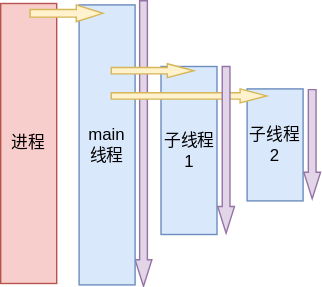
Stolorzs/Picgo keeps this draw.io diagram as drawio/ThreadJoin.svg. Above is the earlier version. Source tidied: cells renumbered, new cells last; positions are measured from the earlier drawing's top-left corner, leaving out a move shared by most shapes. The source it was exported from:
```xml
<mxGraphModel>
  <root>
    <mxCell id="0" />
    <mxCell id="1" parent="0" />
    <mxCell id="2" style="html=1;shadow=0;dashed=0;align=center;verticalAlign=middle;shape=mxgraph.arrows2.arrow;dy=0.54;dx=19;notch=0;fontFamily=Helvetica;fontSize=11;labelBackgroundColor=default;fillColor=#e1d5e7;strokeColor=#9673a6;rotation=90;" parent="1" vertex="1">
      <mxGeometry y="94" width="204" height="12" as="geometry" />
    </mxCell>
    <mxCell id="3" value="进程" style="rounded=0;whiteSpace=wrap;html=1;fillColor=#f8cecc;strokeColor=#b85450;" parent="1" vertex="1">
      <mxGeometry width="40" height="200" as="geometry" />
    </mxCell>
    <mxCell id="4" value="main&lt;div&gt;线程&lt;/div&gt;" style="rounded=0;whiteSpace=wrap;html=1;fillColor=#dae8fc;strokeColor=#6c8ebf;" parent="1" vertex="1">
      <mxGeometry x="56" y="1" width="40" height="200" as="geometry" />
    </mxCell>
    <mxCell id="5" value="子线程&lt;div&gt;1&lt;/div&gt;" style="rounded=0;whiteSpace=wrap;html=1;fillColor=#dae8fc;strokeColor=#6c8ebf;" parent="1" vertex="1">
      <mxGeometry x="114.5" y="45" width="40" height="120" as="geometry" />
    </mxCell>
    <mxCell id="6" value="子线程&lt;div&gt;2&lt;/div&gt;" style="rounded=0;whiteSpace=wrap;html=1;fillColor=#dae8fc;strokeColor=#6c8ebf;" parent="1" vertex="1">
      <mxGeometry x="176" y="61" width="40" height="80" as="geometry" />
    </mxCell>
    <mxCell id="7" style="html=1;shadow=0;dashed=0;align=center;verticalAlign=middle;shape=mxgraph.arrows2.arrow;dy=0.54;dx=19;notch=0;fontFamily=Helvetica;fontSize=11;labelBackgroundColor=default;fillColor=#fff2cc;strokeColor=#d6b656;" parent="1" vertex="1">
      <mxGeometry x="21" y="1" width="52" height="12" as="geometry" />
    </mxCell>
    <mxCell id="8" style="html=1;shadow=0;dashed=0;align=center;verticalAlign=middle;shape=mxgraph.arrows2.arrow;dy=0.54;dx=19;notch=0;fontFamily=Helvetica;fontSize=11;labelBackgroundColor=default;fillColor=#fff2cc;strokeColor=#d6b656;" parent="1" vertex="1">
      <mxGeometry x="79" y="43" width="59" height="10" as="geometry" />
    </mxCell>
    <mxCell id="9" style="html=1;shadow=0;dashed=0;align=center;verticalAlign=middle;shape=mxgraph.arrows2.arrow;dy=0.54;dx=19;notch=0;fontFamily=Helvetica;fontSize=11;labelBackgroundColor=default;fillColor=#fff2cc;strokeColor=#d6b656;" parent="1" vertex="1">
      <mxGeometry x="79" y="61" width="111" height="10" as="geometry" />
    </mxCell>
    <mxCell id="10" style="html=1;shadow=0;dashed=0;align=center;verticalAlign=middle;shape=mxgraph.arrows2.arrow;dy=0.54;dx=19;notch=0;fontFamily=Helvetica;fontSize=11;labelBackgroundColor=default;fillColor=#e1d5e7;strokeColor=#9673a6;rotation=90;" parent="1" vertex="1">
      <mxGeometry x="101.5" y="98.5" width="119" height="12" as="geometry" />
    </mxCell>
    <mxCell id="11" style="html=1;shadow=0;dashed=0;align=center;verticalAlign=middle;shape=mxgraph.arrows2.arrow;dy=0.54;dx=19;notch=0;fontFamily=Helvetica;fontSize=11;labelBackgroundColor=default;fillColor=#e1d5e7;strokeColor=#9673a6;rotation=90;" parent="1" vertex="1">
      <mxGeometry x="183.5" y="94.5" width="78" height="12" as="geometry" />
    </mxCell>
  </root>
</mxGraphModel>
```
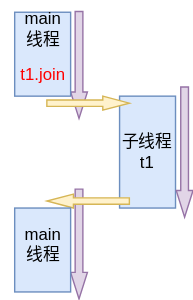
After the commit.

Diff of the diagram source:
```diff
@@ -3,34 +3,40 @@
     <mxCell id="0" />
     <mxCell id="1" parent="0" />
     <mxCell id="2" style="html=1;shadow=0;dashed=0;align=center;verticalAlign=middle;shape=mxgraph.arrows2.arrow;dy=0.54;dx=19;notch=0;fontFamily=Helvetica;fontSize=11;labelBackgroundColor=default;fillColor=#e1d5e7;strokeColor=#9673a6;rotation=90;" parent="1" vertex="1">
-      <mxGeometry y="94" width="204" height="12" as="geometry" />
+      <mxGeometry x="63.8" y="24.8" width="76.5" height="12" as="geometry" />
     </mxCell>
-    <mxCell id="3" value="进程" style="rounded=0;whiteSpace=wrap;html=1;fillColor=#f8cecc;strokeColor=#b85450;" parent="1" vertex="1">
-      <mxGeometry width="40" height="200" as="geometry" />
-    </mxCell>
-    <mxCell id="4" value="main&lt;div&gt;线程&lt;/div&gt;" style="rounded=0;whiteSpace=wrap;html=1;fillColor=#dae8fc;strokeColor=#6c8ebf;" parent="1" vertex="1">
-      <mxGeometry x="56" y="1" width="40" height="200" as="geometry" />
+    <mxCell id="4" style="rounded=0;whiteSpace=wrap;html=1;fillColor=#dae8fc;strokeColor=#6c8ebf;" parent="1" vertex="1">
+      <mxGeometry x="56" y="-7" width="40" height="60" as="geometry" />
     </mxCell>
-    <mxCell id="5" value="子线程&lt;div&gt;1&lt;/div&gt;" style="rounded=0;whiteSpace=wrap;html=1;fillColor=#dae8fc;strokeColor=#6c8ebf;" parent="1" vertex="1">
-      <mxGeometry x="114.5" y="45" width="40" height="120" as="geometry" />
+    <mxCell id="5" value="子线程&lt;div&gt;t1&lt;/div&gt;" style="rounded=0;whiteSpace=wrap;html=1;fillColor=#dae8fc;strokeColor=#6c8ebf;" parent="1" vertex="1">
+      <mxGeometry x="131" y="53" width="40" height="80" as="geometry" />
     </mxCell>
-    <mxCell id="6" value="子线程&lt;div&gt;2&lt;/div&gt;" style="rounded=0;whiteSpace=wrap;html=1;fillColor=#dae8fc;strokeColor=#6c8ebf;" parent="1" vertex="1">
-      <mxGeometry x="176" y="61" width="40" height="80" as="geometry" />
-    </mxCell>
-    <mxCell id="7" style="html=1;shadow=0;dashed=0;align=center;verticalAlign=middle;shape=mxgraph.arrows2.arrow;dy=0.54;dx=19;notch=0;fontFamily=Helvetica;fontSize=11;labelBackgroundColor=default;fillColor=#fff2cc;strokeColor=#d6b656;" parent="1" vertex="1">
-      <mxGeometry x="21" y="1" width="52" height="12" as="geometry" />
-    </mxCell>
     <mxCell id="8" style="html=1;shadow=0;dashed=0;align=center;verticalAlign=middle;shape=mxgraph.arrows2.arrow;dy=0.54;dx=19;notch=0;fontFamily=Helvetica;fontSize=11;labelBackgroundColor=default;fillColor=#fff2cc;strokeColor=#d6b656;" parent="1" vertex="1">
-      <mxGeometry x="79" y="43" width="59" height="10" as="geometry" />
+      <mxGeometry x="79" y="53" width="59" height="10" as="geometry" />
     </mxCell>
-    <mxCell id="9" style="html=1;shadow=0;dashed=0;align=center;verticalAlign=middle;shape=mxgraph.arrows2.arrow;dy=0.54;dx=19;notch=0;fontFamily=Helvetica;fontSize=11;labelBackgroundColor=default;fillColor=#fff2cc;strokeColor=#d6b656;" parent="1" vertex="1">
-      <mxGeometry x="79" y="61" width="111" height="10" as="geometry" />
-    </mxCell>
     <mxCell id="10" style="html=1;shadow=0;dashed=0;align=center;verticalAlign=middle;shape=mxgraph.arrows2.arrow;dy=0.54;dx=19;notch=0;fontFamily=Helvetica;fontSize=11;labelBackgroundColor=default;fillColor=#e1d5e7;strokeColor=#9673a6;rotation=90;" parent="1" vertex="1">
-      <mxGeometry x="101.5" y="98.5" width="119" height="12" as="geometry" />
+      <mxGeometry x="62.8" y="152.8" width="78.5" height="12" as="geometry" />
     </mxCell>
-    <mxCell id="11" style="html=1;shadow=0;dashed=0;align=center;verticalAlign=middle;shape=mxgraph.arrows2.arrow;dy=0.54;dx=19;notch=0;fontFamily=Helvetica;fontSize=11;labelBackgroundColor=default;fillColor=#e1d5e7;strokeColor=#9673a6;rotation=90;" parent="1" vertex="1">
-      <mxGeometry x="183.5" y="94.5" width="78" height="12" as="geometry" />
-    </mxCell>
+    <mxCell id="12" value="&lt;font color=&quot;#ff0000&quot;&gt;t1.join&lt;/font&gt;" style="text;html=1;align=center;verticalAlign=middle;strokeColor=none;fillColor=none;" parent="1" vertex="1">
+      <mxGeometry x="46" y="23" width="60" height="30" as="geometry" />
+    </mxCell>
+    <mxCell id="13" style="html=1;shadow=0;dashed=0;align=center;verticalAlign=middle;shape=mxgraph.arrows2.arrow;dy=0.54;dx=19;notch=0;fontFamily=Helvetica;fontSize=11;labelBackgroundColor=default;fillColor=#fff2cc;strokeColor=#d6b656;rotation=-180;" parent="1" vertex="1">
+      <mxGeometry x="79" y="123" width="59" height="10" as="geometry" />
+    </mxCell>
+    <mxCell id="14" style="edgeStyle=orthogonalEdgeStyle;rounded=0;orthogonalLoop=1;jettySize=auto;html=1;exitX=0.5;exitY=1;exitDx=0;exitDy=0;" parent="1" edge="1" source="5" target="5">
+      <mxGeometry relative="1" as="geometry" />
+    </mxCell>
+    <mxCell id="15" style="rounded=0;whiteSpace=wrap;html=1;fillColor=#dae8fc;strokeColor=#6c8ebf;" parent="1" vertex="1">
+      <mxGeometry x="56" y="133" width="40" height="60" as="geometry" />
+    </mxCell>
+    <mxCell id="16" value="main&lt;div&gt;线程&lt;/div&gt;" style="text;html=1;align=center;verticalAlign=middle;strokeColor=none;fillColor=none;" parent="1" vertex="1">
+      <mxGeometry x="51" y="-15.2" width="50" height="40" as="geometry" />
+    </mxCell>
+    <mxCell id="17" style="html=1;shadow=0;dashed=0;align=center;verticalAlign=middle;shape=mxgraph.arrows2.arrow;dy=0.54;dx=19;notch=0;fontFamily=Helvetica;fontSize=11;labelBackgroundColor=default;fillColor=#e1d5e7;strokeColor=#9673a6;rotation=90;" parent="1" vertex="1">
+      <mxGeometry x="131" y="87" width="93" height="12" as="geometry" />
+    </mxCell>
+    <mxCell id="18" value="main&lt;div&gt;线程&lt;/div&gt;" style="text;html=1;align=center;verticalAlign=middle;strokeColor=none;fillColor=none;" parent="1" vertex="1">
+      <mxGeometry x="51" y="138.8" width="50" height="40" as="geometry" />
+    </mxCell>
   </root>
 </mxGraphModel>
```
